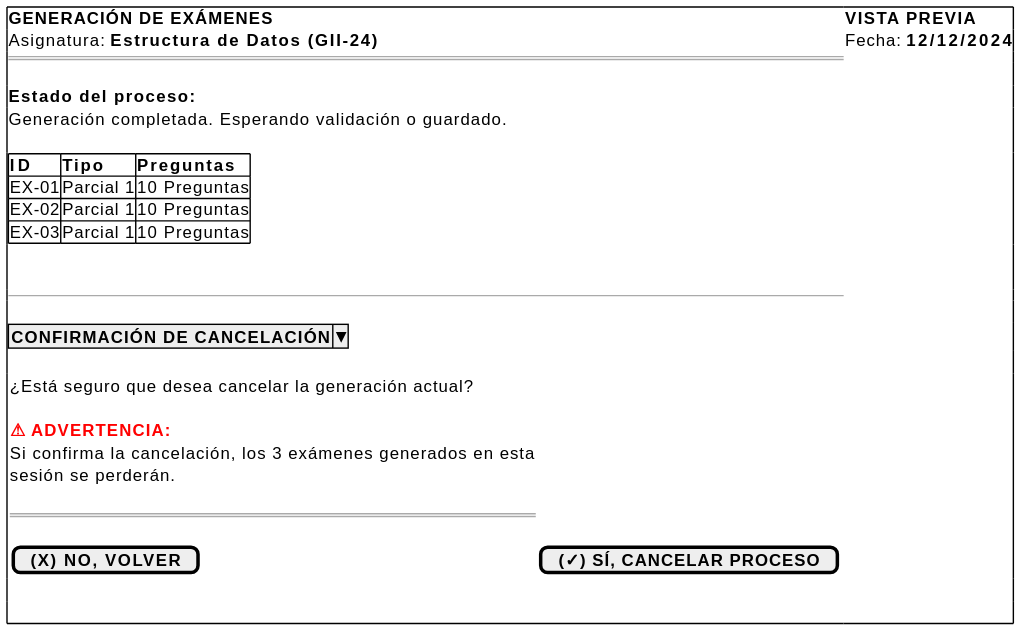
This is documents/casos-de-uso/prototipadoCasosDeUso/cancelarGeneracion/cancelarGeneracion.svg from martinlopez7/25-26-IdSw1-SdR, a PlantUML export, as it was before one commit.
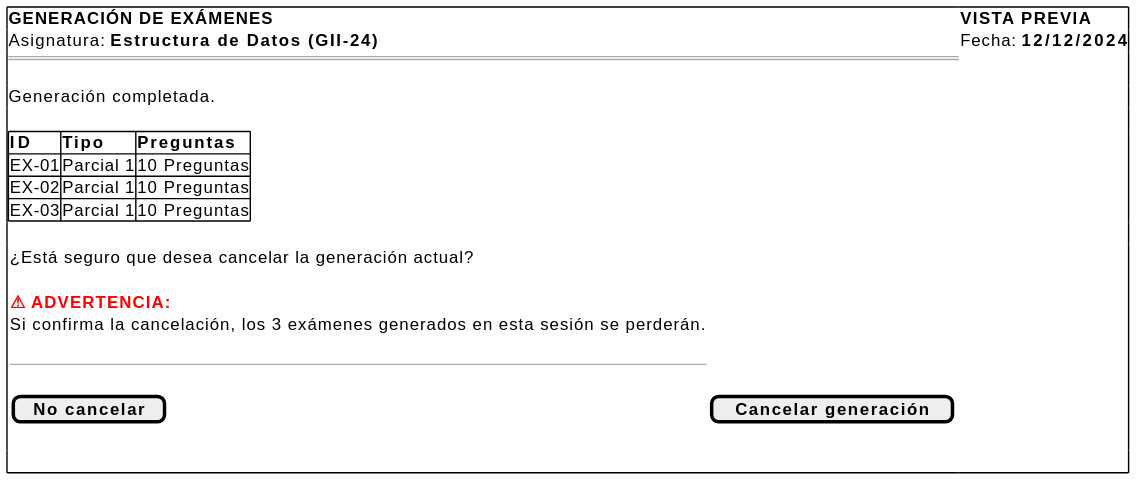
Later version of the same file.

Diff of the diagram source:
```diff
@@ -4,8 +4,7 @@
     Asignatura: <b>Estructura de Datos (GII-24)</b> | Fecha: <b>12/12/2024</b>
     ===
     .
-    <b>Estado del proceso:</b>
-    Generación completada. Esperando validación o guardado.
+    Generación completada.
     .
     {#
         <b>ID</b> | <b>Tipo</b> | <b>Preguntas</b>
@@ -14,21 +13,15 @@
         EX-03 | Parcial 1 | 10 Preguntas
     }
     .
-    .
-    --
-    .
-    ^<b>CONFIRMACIÓN DE CANCELACIÓN</b>^
-    .
     {
         ¿Está seguro que desea cancelar la generación actual?
         .
         <color:red><b>⚠ ADVERTENCIA:</b></color>
-        Si confirma la cancelación, los 3 exámenes generados en esta
-        sesión se perderán.
+        Si confirma la cancelación, los 3 exámenes generados en esta sesión se perderán.
         .
-        ====
+        ---
         .
-        [ <b>(X) NO, VOLVER</b> ] | [ <b>(✓) SÍ, CANCELAR PROCESO</b> ]
+        [ <b>No cancelar</b> ] | [ <b>Cancelar generación</b> ]
     }
     .
     .
```
